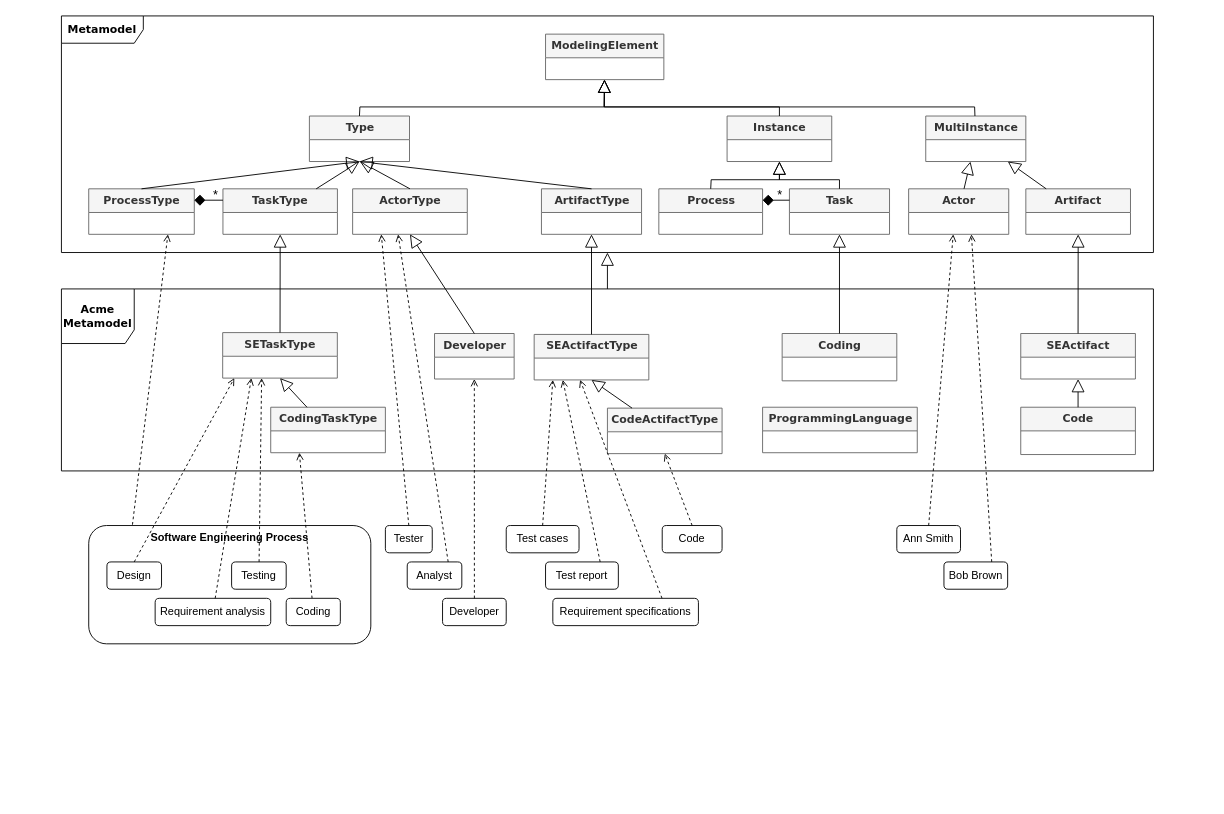
The draw.io diagram Figures/AcmeFullArchitecture.drawio in labsticc-p4s/multi-process-challenge, before the edit. Source tidied: cells renumbered, new cells numbered last; positions are measured from the earlier drawing's top-left corner, leaving out a move shared by most shapes. Both pictures are drawn from the tidied source at 91%, with x=0, y=0 at pixel (61, 15).
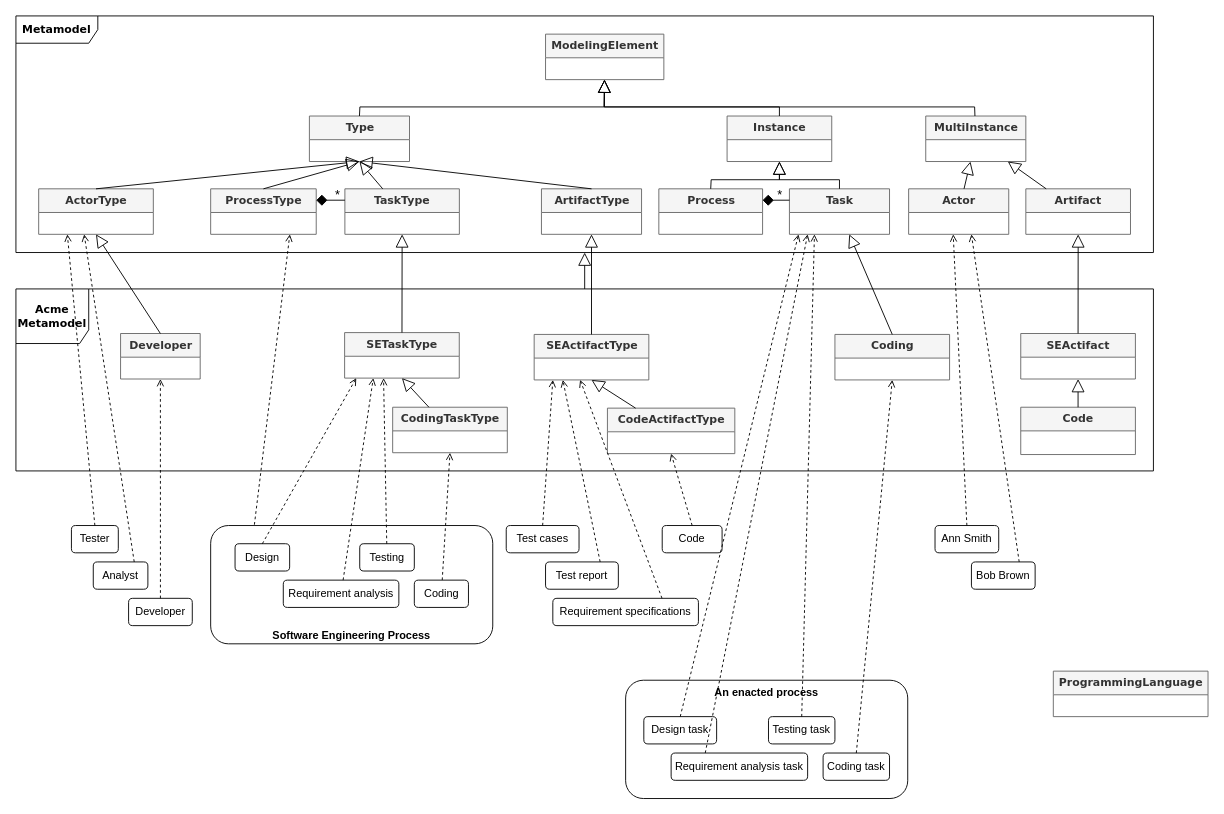
Above is the later version.

Unchanged cells that the change refers to:
```xml
<mxCell id="7" value="&lt;font style=&quot;font-size: 12px&quot;&gt;&lt;b&gt;Type&lt;/b&gt;&lt;/font&gt;" style="swimlane;html=1;fontStyle=0;horizontal=1;startSize=26;fillColor=#f5f5f5;swimlaneFillColor=#ffffff;rounded=0;shadow=0;comic=0;labelBackgroundColor=none;strokeWidth=1;fontFamily=Verdana;fontSize=10;align=center;strokeColor=#666666;fontColor=#333333;" parent="1" vertex="1">
  <mxGeometry x="272.5" y="110" width="110" height="50" as="geometry" />
</mxCell>
<mxCell id="22" value="&lt;font style=&quot;font-size: 12px&quot;&gt;&lt;b&gt;Task&lt;/b&gt;&lt;/font&gt;" style="swimlane;html=1;fontStyle=0;horizontal=1;startSize=26;fillColor=#f5f5f5;swimlaneFillColor=#ffffff;rounded=0;shadow=0;comic=0;labelBackgroundColor=none;strokeWidth=1;fontFamily=Verdana;fontSize=10;align=center;strokeColor=#666666;fontColor=#333333;" parent="1" vertex="1">
  <mxGeometry x="800" y="190" width="110" height="50" as="geometry" />
</mxCell>
```

Change to the diagram source:
```diff
@@
     <mxCell id="4" value="&lt;font style=&quot;font-size: 14px&quot;&gt;*&lt;/font&gt;" style="edgeLabel;html=1;align=left;verticalAlign=bottom;" parent="1" vertex="1">
-      <mxGeometry x="150" y="294" as="geometry">
+      <mxGeometry x="284" y="294" as="geometry">
         <mxPoint x="15" y="-87" as="offset" />
       </mxGeometry>
     </mxCell>
     <mxCell id="5" value="&lt;b&gt;&lt;font style=&quot;font-size: 12px&quot;&gt;Metamodel&lt;/font&gt;&lt;/b&gt;" style="shape=umlFrame;whiteSpace=wrap;html=1;rounded=0;shadow=0;comic=0;labelBackgroundColor=none;strokeWidth=1;fontFamily=Verdana;fontSize=10;align=center;width=90;height=30;" parent="1" vertex="1">
-      <mxGeometry width="1200" height="260" as="geometry" />
+      <mxGeometry x="-50" width="1250" height="260" as="geometry" />
     </mxCell>
@@
     <mxCell id="13" value="&lt;font style=&quot;font-size: 12px&quot;&gt;&lt;b&gt;ProcessType&lt;/b&gt;&lt;/font&gt;" style="swimlane;html=1;fontStyle=0;horizontal=1;startSize=26;fillColor=#f5f5f5;swimlaneFillColor=#ffffff;rounded=0;shadow=0;comic=0;labelBackgroundColor=none;strokeWidth=1;fontFamily=Verdana;fontSize=10;align=center;strokeColor=#666666;fontColor=#333333;" parent="1" vertex="1">
-      <mxGeometry x="30" y="190" width="116" height="50" as="geometry" />
+      <mxGeometry x="164" y="190" width="116" height="50" as="geometry" />
     </mxCell>
@@
     <mxCell id="15" value="&lt;font style=&quot;font-size: 12px&quot;&gt;&lt;b&gt;TaskType&lt;/b&gt;&lt;/font&gt;" style="swimlane;html=1;fontStyle=0;horizontal=1;startSize=26;fillColor=#f5f5f5;swimlaneFillColor=#ffffff;rounded=0;shadow=0;comic=0;labelBackgroundColor=none;strokeWidth=1;fontFamily=Verdana;fontSize=10;align=center;strokeColor=#666666;fontColor=#333333;" parent="1" vertex="1">
-      <mxGeometry x="177.5" y="190" width="125.8" height="50" as="geometry" />
+      <mxGeometry x="311.5" y="190" width="125.8" height="50" as="geometry" />
     </mxCell>
@@
     <mxCell id="17" value="&lt;font style=&quot;font-size: 12px&quot;&gt;&lt;b&gt;ActorType&lt;/b&gt;&lt;/font&gt;" style="swimlane;html=1;fontStyle=0;horizontal=1;startSize=26;fillColor=#f5f5f5;swimlaneFillColor=#ffffff;rounded=0;shadow=0;comic=0;labelBackgroundColor=none;strokeWidth=1;fontFamily=Verdana;fontSize=10;align=center;strokeColor=#666666;fontColor=#333333;" parent="1" vertex="1">
-      <mxGeometry x="320" y="190" width="126" height="50" as="geometry" />
+      <mxGeometry x="-25" y="190" width="126" height="50" as="geometry" />
     </mxCell>
@@
-    <mxCell id="19" style="endArrow=block;endSize=12;endFill=0;html=1;rounded=0;exitX=0.5;exitY=0;exitDx=0;exitDy=0;" parent="1" edge="1" source="17">
-      <mxGeometry relative="1" as="geometry">
-        <mxPoint x="328" y="160" as="targetPoint" />
-      </mxGeometry>
+    <mxCell id="19" style="endArrow=block;endSize=12;endFill=0;html=1;rounded=0;exitX=0.5;exitY=0;exitDx=0;exitDy=0;entryX=0.5;entryY=1;entryDx=0;entryDy=0;" parent="1" edge="1" source="17" target="7">
+      <mxGeometry relative="1" as="geometry" />
     </mxCell>
@@
     <mxCell id="31" value="&lt;b&gt;&lt;font style=&quot;font-size: 12px&quot;&gt;Acme Metamodel&lt;/font&gt;&lt;/b&gt;" style="shape=umlFrame;whiteSpace=wrap;html=1;rounded=0;shadow=0;comic=0;labelBackgroundColor=none;strokeWidth=1;fontFamily=Verdana;fontSize=10;align=center;width=80;height=60;" parent="1" vertex="1">
-      <mxGeometry y="300" width="1200" height="200" as="geometry" />
+      <mxGeometry x="-50" y="300" width="1250" height="200" as="geometry" />
     </mxCell>
@@
     <mxCell id="33" value="&lt;b&gt;&lt;font style=&quot;font-size: 12px&quot;&gt;Developer&lt;/font&gt;&lt;/b&gt;" style="swimlane;html=1;fontStyle=0;horizontal=1;startSize=26;fillColor=#f5f5f5;swimlaneFillColor=#ffffff;rounded=0;shadow=0;comic=0;labelBackgroundColor=none;strokeWidth=1;fontFamily=Verdana;fontSize=10;align=center;strokeColor=#666666;fontColor=#333333;" parent="1" vertex="1">
-      <mxGeometry x="410" y="349" width="87.5" height="50" as="geometry" />
+      <mxGeometry x="65" y="349" width="87.5" height="50" as="geometry" />
     </mxCell>
@@
     <mxCell id="35" value="&lt;b&gt;&lt;font style=&quot;font-size: 12px&quot;&gt;CodeActifactType&lt;/font&gt;&lt;/b&gt;" style="swimlane;html=1;fontStyle=0;horizontal=1;startSize=26;fillColor=#f5f5f5;swimlaneFillColor=#ffffff;rounded=0;shadow=0;comic=0;labelBackgroundColor=none;strokeWidth=1;fontFamily=Verdana;fontSize=10;align=center;strokeColor=#666666;fontColor=#333333;" parent="1" vertex="1">
-      <mxGeometry x="600" y="431" width="126" height="50" as="geometry" />
+      <mxGeometry x="600" y="431" width="140" height="50" as="geometry" />
     </mxCell>
     <mxCell id="36" value="&lt;b&gt;&lt;font style=&quot;font-size: 12px&quot;&gt;SETaskType&lt;/font&gt;&lt;/b&gt;" style="swimlane;html=1;fontStyle=0;horizontal=1;startSize=26;fillColor=#f5f5f5;swimlaneFillColor=#ffffff;rounded=0;shadow=0;comic=0;labelBackgroundColor=none;strokeWidth=1;fontFamily=Verdana;fontSize=10;align=center;strokeColor=#666666;fontColor=#333333;" parent="1" vertex="1">
-      <mxGeometry x="177.2" y="348" width="126" height="50" as="geometry" />
+      <mxGeometry x="311.2" y="348" width="126" height="50" as="geometry" />
     </mxCell>
     <mxCell id="37" value="&lt;b&gt;&lt;font style=&quot;font-size: 12px&quot;&gt;CodingTaskType&lt;/font&gt;&lt;/b&gt;" style="swimlane;html=1;fontStyle=0;horizontal=1;startSize=26;fillColor=#f5f5f5;swimlaneFillColor=#ffffff;rounded=0;shadow=0;comic=0;labelBackgroundColor=none;strokeWidth=1;fontFamily=Verdana;fontSize=10;align=center;strokeColor=#666666;fontColor=#333333;" parent="1" vertex="1">
-      <mxGeometry x="230" y="430" width="126" height="50" as="geometry" />
+      <mxGeometry x="364" y="430" width="126" height="50" as="geometry" />
     </mxCell>
     <mxCell id="38" value="&lt;b&gt;&lt;font style=&quot;font-size: 12px&quot;&gt;Coding&lt;/font&gt;&lt;/b&gt;" style="swimlane;html=1;fontStyle=0;horizontal=1;startSize=26;fillColor=#f5f5f5;swimlaneFillColor=#ffffff;rounded=0;shadow=0;comic=0;labelBackgroundColor=none;strokeWidth=1;fontFamily=Verdana;fontSize=10;align=center;strokeColor=#666666;fontColor=#333333;" parent="1" vertex="1">
-      <mxGeometry x="792" y="349" width="126" height="52" as="geometry" />
+      <mxGeometry x="850" y="350" width="126" height="50" as="geometry" />
     </mxCell>
@@
     <mxCell id="41" value="&lt;b&gt;&lt;font style=&quot;font-size: 12px&quot;&gt;ProgrammingLanguage&lt;/font&gt;&lt;/b&gt;" style="swimlane;html=1;fontStyle=0;horizontal=1;startSize=26;fillColor=#f5f5f5;swimlaneFillColor=#ffffff;rounded=0;shadow=0;comic=0;labelBackgroundColor=none;strokeWidth=1;fontFamily=Verdana;fontSize=10;align=center;strokeColor=#666666;fontColor=#333333;" parent="1" vertex="1">
-      <mxGeometry x="770.5" y="430" width="170" height="50" as="geometry" />
+      <mxGeometry x="1090" y="720" width="170" height="50" as="geometry" />
     </mxCell>
@@
-    <mxCell id="50" value="&lt;b&gt;Software Engineering Process&lt;/b&gt;" style="rounded=1;whiteSpace=wrap;html=1;align=center;verticalAlign=top;" parent="1" vertex="1">
-      <mxGeometry x="30" y="560" width="310" height="130" as="geometry" />
+    <mxCell id="50" value="&lt;b&gt;Software Engineering Process&lt;/b&gt;" style="rounded=1;whiteSpace=wrap;html=1;align=center;verticalAlign=bottom;" parent="1" vertex="1">
+      <mxGeometry x="164" y="560" width="310" height="130" as="geometry" />
     </mxCell>
     <mxCell id="51" value="Requirement analysis" style="rounded=1;whiteSpace=wrap;html=1;align=center;" parent="1" vertex="1">
-      <mxGeometry x="103" y="640" width="127" height="30" as="geometry" />
+      <mxGeometry x="243.8" y="620" width="127" height="30" as="geometry" />
     </mxCell>
     <mxCell id="52" value="Testing" style="rounded=1;whiteSpace=wrap;html=1;align=center;" parent="1" vertex="1">
-      <mxGeometry x="187" y="600" width="60" height="30" as="geometry" />
+      <mxGeometry x="327.8" y="580" width="60" height="30" as="geometry" />
     </mxCell>
-    <mxCell id="53" style="rounded=0;jettySize=auto;html=1;dashed=1;endArrow=open;endFill=0;entryX=0.25;entryY=1;entryDx=0;entryDy=0;" parent="1" edge="1" source="54" target="37">
+    <mxCell id="53" style="rounded=0;jettySize=auto;html=1;dashed=1;endArrow=open;endFill=0;entryX=0.5;entryY=1;entryDx=0;entryDy=0;" parent="1" edge="1" source="54" target="37">
       <mxGeometry relative="1" as="geometry" />
     </mxCell>
     <mxCell id="54" value="Coding" style="rounded=1;whiteSpace=wrap;html=1;align=center;" parent="1" vertex="1">
-      <mxGeometry x="247" y="640" width="59.5" height="30" as="geometry" />
+      <mxGeometry x="387.8" y="620" width="59.5" height="30" as="geometry" />
     </mxCell>
@@
     <mxCell id="56" style="rounded=0;jettySize=auto;html=1;dashed=1;endArrow=open;endFill=0;" parent="1" edge="1" source="52">
       <mxGeometry relative="1" as="geometry">
-        <mxPoint x="220" y="398" as="targetPoint" />
+        <mxPoint x="354" y="398" as="targetPoint" />
       </mxGeometry>
     </mxCell>
@@
     <mxCell id="61" value="Analyst" style="rounded=1;whiteSpace=wrap;html=1;align=center;" parent="1" vertex="1">
-      <mxGeometry x="380" y="600" width="60" height="30" as="geometry" />
+      <mxGeometry x="35" y="600" width="60" height="30" as="geometry" />
     </mxCell>
     <mxCell id="62" value="Tester" style="rounded=1;whiteSpace=wrap;html=1;align=center;" parent="1" vertex="1">
-      <mxGeometry x="356" y="560" width="51.5" height="30" as="geometry" />
+      <mxGeometry x="11" y="560" width="51.5" height="30" as="geometry" />
     </mxCell>
     <mxCell id="63" value="Developer" style="rounded=1;whiteSpace=wrap;html=1;align=center;" parent="1" vertex="1">
-      <mxGeometry x="418.8" y="640" width="70" height="30" as="geometry" />
+      <mxGeometry x="73.8" y="640" width="70" height="30" as="geometry" />
     </mxCell>
     <mxCell id="64" value="Bob Brown" style="rounded=1;whiteSpace=wrap;html=1;align=center;" parent="1" vertex="1">
-      <mxGeometry x="969.8" y="600" width="70" height="30" as="geometry" />
+      <mxGeometry x="1000" y="600" width="70" height="30" as="geometry" />
     </mxCell>
     <mxCell id="65" value="Ann Smith" style="rounded=1;whiteSpace=wrap;html=1;align=center;" parent="1" vertex="1">
-      <mxGeometry x="918" y="560" width="70" height="30" as="geometry" />
+      <mxGeometry x="960" y="560" width="70" height="30" as="geometry" />
     </mxCell>
     <mxCell id="66" value="Design" style="rounded=1;whiteSpace=wrap;html=1;align=center;" parent="1" vertex="1">
-      <mxGeometry x="50" y="600" width="60" height="30" as="geometry" />
+      <mxGeometry x="190.8" y="580" width="60" height="30" as="geometry" />
     </mxCell>
     <mxCell id="67" style="rounded=0;jettySize=auto;html=1;dashed=1;endArrow=open;endFill=0;exitX=0.5;exitY=0;exitDx=0;exitDy=0;" parent="1" edge="1" source="66">
       <mxGeometry relative="1" as="geometry">
-        <mxPoint x="190" y="398" as="targetPoint" />
+        <mxPoint x="324" y="398" as="targetPoint" />
       </mxGeometry>
     </mxCell>
@@
     <mxCell id="69" style="rounded=0;jettySize=auto;html=1;dashed=1;endArrow=open;endFill=0;exitX=0.75;exitY=0;exitDx=0;exitDy=0;" parent="1" edge="1" source="61">
       <mxGeometry relative="1" as="geometry">
-        <mxPoint x="370" y="240" as="targetPoint" />
+        <mxPoint x="25" y="240" as="targetPoint" />
       </mxGeometry>
     </mxCell>
@@
+    <mxCell id="78" style="edgeStyle=none;rounded=0;orthogonalLoop=1;jettySize=auto;html=1;exitX=0.75;exitY=1;exitDx=0;exitDy=0;dashed=1;endArrow=open;endFill=0;" parent="1" edge="1" source="65" target="65">
+      <mxGeometry relative="1" as="geometry" />
+    </mxCell>
+    <mxCell id="79" value="&lt;b&gt;An enacted process&lt;/b&gt;" style="rounded=1;whiteSpace=wrap;html=1;align=center;verticalAlign=top;" parent="1" vertex="1">
+      <mxGeometry x="620" y="730" width="310" height="130" as="geometry" />
+    </mxCell>
+    <mxCell id="80" value="Requirement analysis task" style="rounded=1;whiteSpace=wrap;html=1;align=center;" parent="1" vertex="1">
+      <mxGeometry x="670" y="810" width="150" height="30" as="geometry" />
+    </mxCell>
+    <mxCell id="81" value="Testing task" style="rounded=1;whiteSpace=wrap;html=1;align=center;" parent="1" vertex="1">
+      <mxGeometry x="777" y="770" width="73" height="30" as="geometry" />
+    </mxCell>
+    <mxCell id="82" value="Coding task" style="rounded=1;whiteSpace=wrap;html=1;align=center;" parent="1" vertex="1">
+      <mxGeometry x="837" y="810" width="73" height="30" as="geometry" />
+    </mxCell>
+    <mxCell id="83" value="Design task" style="rounded=1;whiteSpace=wrap;html=1;align=center;" parent="1" vertex="1">
+      <mxGeometry x="640" y="770" width="80" height="30" as="geometry" />
+    </mxCell>
+    <mxCell id="84" style="rounded=0;jettySize=auto;html=1;dashed=1;endArrow=open;endFill=0;exitX=0.5;exitY=0;exitDx=0;exitDy=0;" parent="1" edge="1" source="83">
+      <mxGeometry relative="1" as="geometry">
+        <mxPoint x="810" y="240" as="targetPoint" />
+      </mxGeometry>
+    </mxCell>
+    <mxCell id="85" style="rounded=0;jettySize=auto;html=1;dashed=1;endArrow=open;endFill=0;exitX=0.25;exitY=0;exitDx=0;exitDy=0;" parent="1" edge="1" source="80">
+      <mxGeometry relative="1" as="geometry">
+        <mxPoint x="820" y="240" as="targetPoint" />
+      </mxGeometry>
+    </mxCell>
+    <mxCell id="86" style="rounded=0;jettySize=auto;html=1;dashed=1;endArrow=open;endFill=0;entryX=0.25;entryY=1;entryDx=0;entryDy=0;exitX=0.5;exitY=0;exitDx=0;exitDy=0;" parent="1" edge="1" source="81" target="22">
+      <mxGeometry relative="1" as="geometry" />
+    </mxCell>
+    <mxCell id="87" style="rounded=0;jettySize=auto;html=1;dashed=1;endArrow=open;endFill=0;entryX=0.5;entryY=1;entryDx=0;entryDy=0;exitX=0.5;exitY=0;exitDx=0;exitDy=0;" parent="1" edge="1" source="82" target="38">
+      <mxGeometry relative="1" as="geometry" />
+    </mxCell>
```
